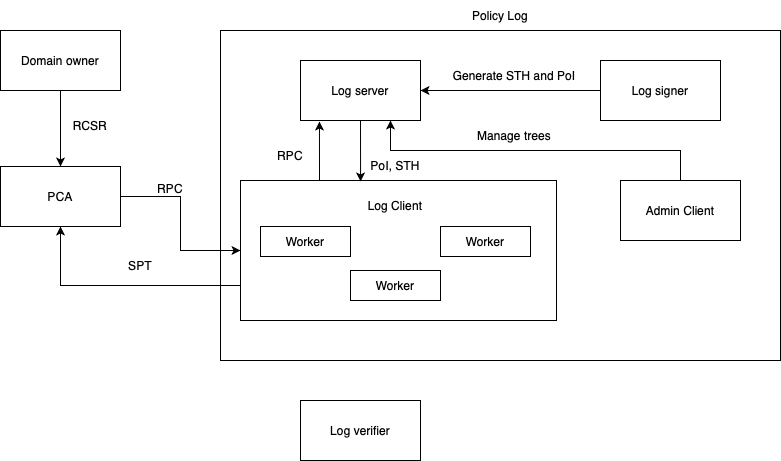
netsec-ethz/fpki keeps this draw.io diagram as doc/images/overview.png. Above is the earlier version. Source tidied: cells renumbered, new cells last; positions are measured from the earlier drawing's top-left corner, leaving out a move shared by most shapes.
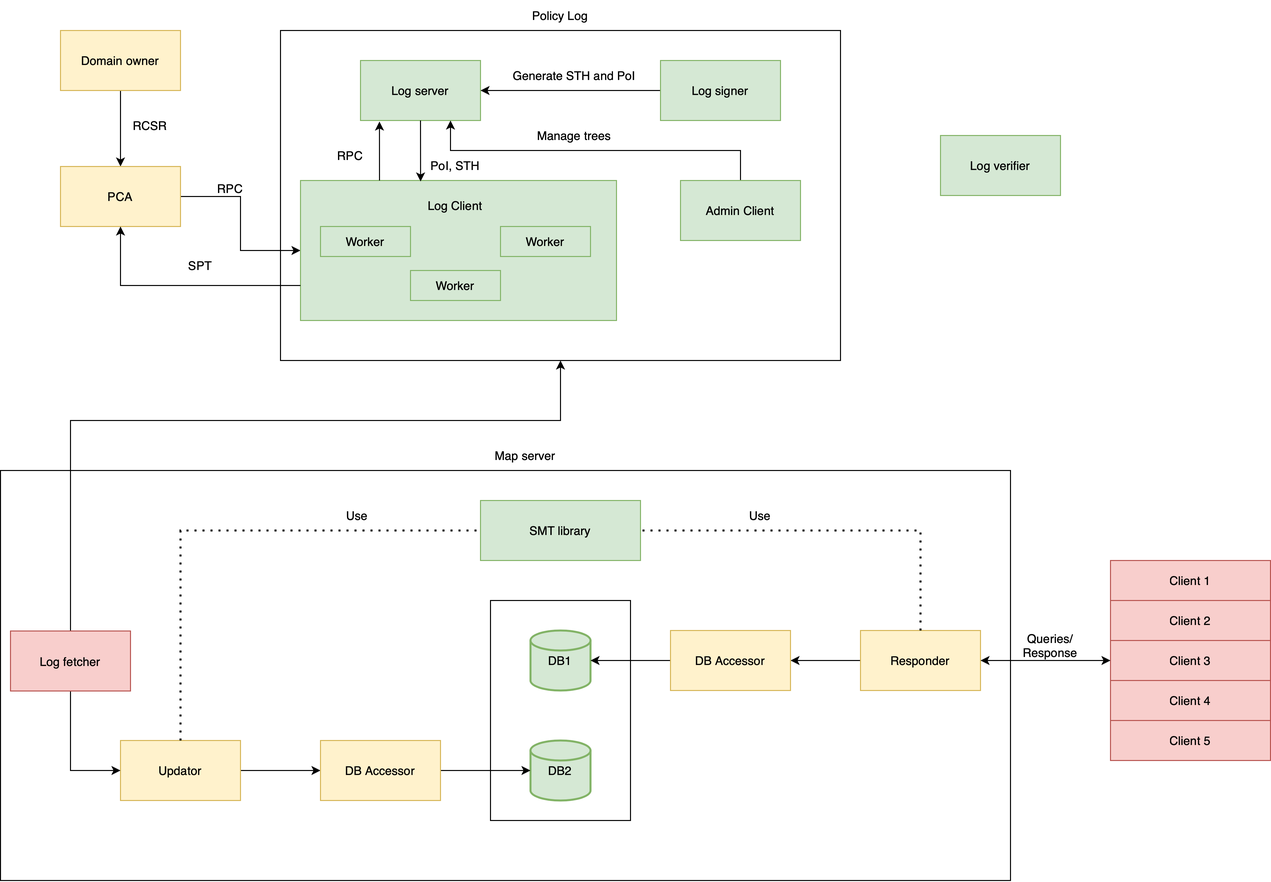
The same diagram one commit later.

Commit message:
basically done; I will refactor tomorrow

The edit, as a diff of the source:
```diff
@@ -2,36 +2,36 @@
   <root>
     <mxCell id="0" />
     <mxCell id="1" parent="0" />
-    <mxCell id="2" style="rounded=0;whiteSpace=wrap;html=1;" parent="1" vertex="1">
-      <mxGeometry x="220" y="30" width="560" height="330" as="geometry" />
-    </mxCell>
+    <mxCell id="29" style="rounded=0;whiteSpace=wrap;html=1;" parent="1" vertex="1">
+      <mxGeometry x="220" y="30" width="560" height="330" as="geometry" />
+    </mxCell>
     <mxCell id="3" style="edgeStyle=orthogonalEdgeStyle;rounded=0;jettySize=auto;html=1;entryX=0.5;entryY=0;entryDx=0;entryDy=0;" parent="1" edge="1" source="4" target="9">
       <mxGeometry relative="1" as="geometry" />
     </mxCell>
-    <mxCell id="4" value="Domain owner" style="rounded=0;whiteSpace=wrap;html=1;" parent="1" vertex="1">
+    <mxCell id="4" value="Domain owner" style="rounded=0;whiteSpace=wrap;html=1;fillColor=#fff2cc;strokeColor=#d6b656;" parent="1" vertex="1">
       <mxGeometry y="30" width="120" height="60" as="geometry" />
     </mxCell>
-    <mxCell id="5" value="Log server" style="rounded=0;whiteSpace=wrap;html=1;" parent="1" vertex="1">
+    <mxCell id="5" value="Log server" style="rounded=0;whiteSpace=wrap;html=1;fillColor=#d5e8d4;strokeColor=#82b366;" parent="1" vertex="1">
       <mxGeometry x="300" y="60" width="120" height="60" as="geometry" />
     </mxCell>
     <mxCell id="6" style="edgeStyle=orthogonalEdgeStyle;rounded=0;jettySize=auto;html=1;entryX=1;entryY=0.5;entryDx=0;entryDy=0;" parent="1" edge="1" source="7" target="5">
       <mxGeometry relative="1" as="geometry" />
     </mxCell>
-    <mxCell id="7" value="Log signer" style="rounded=0;whiteSpace=wrap;html=1;" parent="1" vertex="1">
+    <mxCell id="7" value="Log signer" style="rounded=0;whiteSpace=wrap;html=1;fillColor=#d5e8d4;strokeColor=#82b366;" parent="1" vertex="1">
       <mxGeometry x="600" y="60" width="120" height="60" as="geometry" />
     </mxCell>
-    <mxCell id="8" style="edgeStyle=orthogonalEdgeStyle;rounded=0;jettySize=auto;html=1;entryX=0;entryY=0.5;entryDx=0;entryDy=0;" parent="1" edge="1" source="9" target="11">
-      <mxGeometry relative="1" as="geometry" />
-    </mxCell>
+    <mxCell id="30" style="edgeStyle=orthogonalEdgeStyle;rounded=0;jettySize=auto;html=1;entryX=0;entryY=0.5;entryDx=0;entryDy=0;" parent="1" edge="1" source="9" target="31">
+      <mxGeometry relative="1" as="geometry" />
+    </mxCell>
-    <mxCell id="9" value="PCA" style="rounded=0;whiteSpace=wrap;html=1;" parent="1" vertex="1">
+    <mxCell id="9" value="PCA" style="rounded=0;whiteSpace=wrap;html=1;fillColor=#fff2cc;strokeColor=#d6b656;" parent="1" vertex="1">
       <mxGeometry y="166" width="120" height="60" as="geometry" />
     </mxCell>
     <mxCell id="10" value="Policy Log" style="text;html=1;strokeColor=none;fillColor=none;align=center;verticalAlign=middle;whiteSpace=wrap;rounded=0;" parent="1" vertex="1">
       <mxGeometry x="470" width="60" height="30" as="geometry" />
     </mxCell>
-    <mxCell id="11" style="rounded=0;whiteSpace=wrap;html=1;" parent="1" vertex="1">
-      <mxGeometry x="240" y="180" width="316" height="140" as="geometry" />
-    </mxCell>
+    <mxCell id="31" style="rounded=0;whiteSpace=wrap;html=1;fillColor=#d5e8d4;strokeColor=#82b366;" parent="1" vertex="1">
+      <mxGeometry x="240" y="180" width="316" height="140" as="geometry" />
+    </mxCell>
     <mxCell id="12" value="Log Client" style="text;html=1;strokeColor=none;fillColor=none;align=center;verticalAlign=middle;whiteSpace=wrap;rounded=0;" parent="1" vertex="1">
       <mxGeometry x="365" y="190" width="60" height="30" as="geometry" />
     </mxCell>
@@ -43,54 +43,172 @@
         </Array>
       </mxGeometry>
     </mxCell>
-    <mxCell id="14" value="Admin Client" style="rounded=0;whiteSpace=wrap;html=1;" parent="1" vertex="1">
+    <mxCell id="14" value="Admin Client" style="rounded=0;whiteSpace=wrap;html=1;fillColor=#d5e8d4;strokeColor=#82b366;" parent="1" vertex="1">
       <mxGeometry x="620" y="180" width="120" height="60" as="geometry" />
     </mxCell>
-    <mxCell id="15" value="Worker" style="rounded=0;whiteSpace=wrap;html=1;" parent="1" vertex="1">
-      <mxGeometry x="260" y="226" width="90" height="30" as="geometry" />
-    </mxCell>
-    <mxCell id="16" value="Worker" style="rounded=0;whiteSpace=wrap;html=1;" parent="1" vertex="1">
-      <mxGeometry x="440" y="226" width="90" height="30" as="geometry" />
-    </mxCell>
-    <mxCell id="17" value="Worker" style="rounded=0;whiteSpace=wrap;html=1;" parent="1" vertex="1">
-      <mxGeometry x="350" y="270" width="90" height="30" as="geometry" />
-    </mxCell>
+    <mxCell id="32" value="Worker" style="rounded=0;whiteSpace=wrap;html=1;fillColor=#d5e8d4;strokeColor=#82b366;" parent="1" vertex="1">
+      <mxGeometry x="260" y="226" width="90" height="30" as="geometry" />
+    </mxCell>
+    <mxCell id="33" value="Worker" style="rounded=0;whiteSpace=wrap;html=1;fillColor=#d5e8d4;strokeColor=#82b366;" parent="1" vertex="1">
+      <mxGeometry x="440" y="226" width="90" height="30" as="geometry" />
+    </mxCell>
+    <mxCell id="34" value="Worker" style="rounded=0;whiteSpace=wrap;html=1;fillColor=#d5e8d4;strokeColor=#82b366;" parent="1" vertex="1">
+      <mxGeometry x="350" y="270" width="90" height="30" as="geometry" />
+    </mxCell>
     <mxCell id="18" value="RCSR" style="text;html=1;strokeColor=none;fillColor=none;align=center;verticalAlign=middle;whiteSpace=wrap;rounded=0;" parent="1" vertex="1">
       <mxGeometry x="60" y="110" width="60" height="30" as="geometry" />
     </mxCell>
-    <mxCell id="19" value="RPC" style="text;html=1;strokeColor=none;fillColor=none;align=center;verticalAlign=middle;whiteSpace=wrap;rounded=0;" parent="1" vertex="1">
-      <mxGeometry x="140" y="173" width="60" height="30" as="geometry" />
-    </mxCell>
-    <mxCell id="20" style="endArrow=classic;html=1;rounded=0;exitX=0;exitY=0.75;exitDx=0;exitDy=0;entryX=0.5;entryY=1;entryDx=0;entryDy=0;" parent="1" edge="1" source="11" target="9">
-      <mxGeometry relative="1" as="geometry">
-        <Array as="points">
-          <mxPoint x="60" y="285" />
-        </Array>
-      </mxGeometry>
-    </mxCell>
+    <mxCell id="35" value="RPC" style="text;html=1;strokeColor=none;fillColor=none;align=center;verticalAlign=middle;whiteSpace=wrap;rounded=0;" parent="1" vertex="1">
+      <mxGeometry x="140" y="173" width="60" height="30" as="geometry" />
+    </mxCell>
+    <mxCell id="36" style="endArrow=classic;html=1;rounded=0;exitX=0;exitY=0.75;exitDx=0;exitDy=0;entryX=0.5;entryY=1;entryDx=0;entryDy=0;" parent="1" edge="1" source="31" target="9">
+      <mxGeometry relative="1" as="geometry">
+        <Array as="points">
+          <mxPoint x="60" y="285" />
+        </Array>
+      </mxGeometry>
+    </mxCell>
     <mxCell id="21" value="SPT" style="text;html=1;strokeColor=none;fillColor=none;align=center;verticalAlign=middle;whiteSpace=wrap;rounded=0;" parent="1" vertex="1">
       <mxGeometry x="110" y="250" width="60" height="30" as="geometry" />
     </mxCell>
-    <mxCell id="22" style="endArrow=classic;html=1;rounded=0;entryX=0.158;entryY=1.017;entryDx=0;entryDy=0;exitX=0.25;exitY=0;exitDx=0;exitDy=0;entryPerimeter=0;" parent="1" edge="1" source="11" target="5">
-      <mxGeometry relative="1" as="geometry" />
-    </mxCell>
+    <mxCell id="37" style="endArrow=classic;html=1;rounded=0;entryX=0.158;entryY=1.017;entryDx=0;entryDy=0;exitX=0.25;exitY=0;exitDx=0;exitDy=0;entryPerimeter=0;" parent="1" edge="1" source="31" target="5">
+      <mxGeometry relative="1" as="geometry" />
+    </mxCell>
     <mxCell id="23" value="Generate STH and PoI" style="text;html=1;strokeColor=none;fillColor=none;align=center;verticalAlign=middle;whiteSpace=wrap;rounded=0;" parent="1" vertex="1">
       <mxGeometry x="444" y="60" width="140" height="30" as="geometry" />
     </mxCell>
     <mxCell id="24" value="Manage trees" style="text;html=1;strokeColor=none;fillColor=none;align=center;verticalAlign=middle;whiteSpace=wrap;rounded=0;" parent="1" vertex="1">
       <mxGeometry x="444" y="120" width="140" height="30" as="geometry" />
     </mxCell>
-    <mxCell id="25" style="endArrow=classic;html=1;rounded=0;exitX=0.5;exitY=1;exitDx=0;exitDy=0;entryX=0.38;entryY=0.007;entryDx=0;entryDy=0;entryPerimeter=0;" parent="1" edge="1" source="5" target="11">
-      <mxGeometry relative="1" as="geometry" />
-    </mxCell>
+    <mxCell id="38" style="endArrow=classic;html=1;rounded=0;exitX=0.5;exitY=1;exitDx=0;exitDy=0;entryX=0.38;entryY=0.007;entryDx=0;entryDy=0;entryPerimeter=0;" parent="1" edge="1" source="5" target="31">
+      <mxGeometry relative="1" as="geometry" />
+    </mxCell>
     <mxCell id="26" value="PoI, STH" style="text;html=1;strokeColor=none;fillColor=none;align=center;verticalAlign=middle;whiteSpace=wrap;rounded=0;" parent="1" vertex="1">
       <mxGeometry x="365" y="150" width="60" height="30" as="geometry" />
     </mxCell>
-    <mxCell id="27" value="RPC" style="text;html=1;strokeColor=none;fillColor=none;align=center;verticalAlign=middle;whiteSpace=wrap;rounded=0;" parent="1" vertex="1">
-      <mxGeometry x="260" y="140" width="60" height="30" as="geometry" />
-    </mxCell>
+    <mxCell id="39" value="RPC" style="text;html=1;strokeColor=none;fillColor=none;align=center;verticalAlign=middle;whiteSpace=wrap;rounded=0;" parent="1" vertex="1">
+      <mxGeometry x="260" y="140" width="60" height="30" as="geometry" />
+    </mxCell>
-    <mxCell id="28" value="Log verifier" style="rounded=0;whiteSpace=wrap;html=1;" parent="1" vertex="1">
-      <mxGeometry x="300" y="400" width="120" height="60" as="geometry" />
+    <mxCell id="28" value="Log verifier" style="rounded=0;whiteSpace=wrap;html=1;fillColor=#d5e8d4;strokeColor=#82b366;" parent="1" vertex="1">
+      <mxGeometry x="880" y="135" width="120" height="60" as="geometry" />
     </mxCell>
+    <mxCell id="40" style="rounded=0;whiteSpace=wrap;html=1;" parent="1" vertex="1">
+      <mxGeometry x="-60" y="470" width="1010" height="410" as="geometry" />
+    </mxCell>
+    <mxCell id="41" style="rounded=0;whiteSpace=wrap;html=1;" parent="1" vertex="1">
+      <mxGeometry x="430" y="600" width="140" height="220" as="geometry" />
+    </mxCell>
+    <mxCell id="42" style="edgeStyle=orthogonalEdgeStyle;rounded=0;jettySize=auto;html=1;entryX=0;entryY=0.5;entryDx=0;entryDy=0;startArrow=none;exitX=1;exitY=0.5;exitDx=0;exitDy=0;" parent="1" edge="1" source="43" target="65">
+      <mxGeometry relative="1" as="geometry" />
+    </mxCell>
+    <mxCell id="43" value="Updator" style="rounded=0;whiteSpace=wrap;html=1;fillColor=#fff2cc;strokeColor=#d6b656;" parent="1" vertex="1">
+      <mxGeometry x="60" y="740" width="120" height="60" as="geometry" />
+    </mxCell>
+    <mxCell id="44" style="edgeStyle=orthogonalEdgeStyle;rounded=0;jettySize=auto;html=1;entryX=1;entryY=0.5;entryDx=0;entryDy=0;" parent="1" edge="1" source="45" target="63">
+      <mxGeometry relative="1" as="geometry" />
+    </mxCell>
+    <mxCell id="45" value="Responder" style="rounded=0;whiteSpace=wrap;html=1;fillColor=#fff2cc;strokeColor=#d6b656;" parent="1" vertex="1">
+      <mxGeometry x="800" y="630" width="120" height="60" as="geometry" />
+    </mxCell>
+    <mxCell id="46" style="shape=table;startSize=0;fillColor=#f8cecc;strokeColor=#b85450;" parent="1" vertex="1">
+      <mxGeometry x="1050" y="560" width="160" height="200" as="geometry" />
+    </mxCell>
+    <mxCell id="47" style="shape=tableRow;horizontal=0;startSize=0;swimlaneHead=0;swimlaneBody=0;top=0;left=0;bottom=0;right=0;fillColor=none;" parent="46" vertex="1">
+      <mxGeometry width="160" height="40" as="geometry" />
+    </mxCell>
+    <mxCell id="48" value="Client 1" style="shape=partialRectangle;html=1;whiteSpace=wrap;overflow=hidden;fillColor=none;top=0;left=0;bottom=0;right=0;" parent="47" vertex="1">
+      <mxGeometry width="160" height="40" as="geometry" />
+    </mxCell>
+    <mxCell id="49" style="shape=tableRow;horizontal=0;startSize=0;swimlaneHead=0;swimlaneBody=0;top=0;left=0;bottom=0;right=0;fillColor=none;" parent="46" vertex="1">
+      <mxGeometry y="40" width="160" height="40" as="geometry" />
+    </mxCell>
+    <mxCell id="50" value="Client 2" style="shape=partialRectangle;html=1;whiteSpace=wrap;overflow=hidden;fillColor=none;top=0;left=0;bottom=0;right=0;" parent="49" vertex="1">
+      <mxGeometry width="160" height="40" as="geometry" />
+    </mxCell>
+    <mxCell id="51" style="shape=tableRow;horizontal=0;startSize=0;swimlaneHead=0;swimlaneBody=0;top=0;left=0;bottom=0;right=0;fillColor=none;points=[[0,0.5],[1,0.5]];portConstraint=eastwest;" parent="46" vertex="1">
+      <mxGeometry y="80" width="160" height="40" as="geometry" />
+    </mxCell>
+    <mxCell id="52" value="Client 3" style="shape=partialRectangle;html=1;whiteSpace=wrap;overflow=hidden;fillColor=none;top=0;left=0;bottom=0;right=0;" parent="51" vertex="1">
+      <mxGeometry width="160" height="40" as="geometry" />
+    </mxCell>
+    <mxCell id="53" style="shape=tableRow;horizontal=0;startSize=0;swimlaneHead=0;swimlaneBody=0;top=0;left=0;bottom=0;right=0;fillColor=none;" parent="46" vertex="1">
+      <mxGeometry y="120" width="160" height="40" as="geometry" />
+    </mxCell>
+    <mxCell id="54" value="Client 4" style="shape=partialRectangle;html=1;whiteSpace=wrap;overflow=hidden;fillColor=none;top=0;left=0;bottom=0;right=0;" parent="53" vertex="1">
+      <mxGeometry width="160" height="40" as="geometry" />
+    </mxCell>
+    <mxCell id="55" style="shape=tableRow;horizontal=0;startSize=0;swimlaneHead=0;swimlaneBody=0;top=0;left=0;bottom=0;right=0;fillColor=none;" parent="46" vertex="1">
+      <mxGeometry y="160" width="160" height="40" as="geometry" />
+    </mxCell>
+    <mxCell id="56" value="Client 5" style="shape=partialRectangle;html=1;whiteSpace=wrap;overflow=hidden;fillColor=none;top=0;left=0;bottom=0;right=0;" parent="55" vertex="1">
+      <mxGeometry width="160" height="40" as="geometry" />
+    </mxCell>
+    <mxCell id="57" style="endArrow=classic;startArrow=classic;html=1;rounded=0;entryX=0;entryY=0.5;entryDx=0;entryDy=0;exitX=1;exitY=0.5;exitDx=0;exitDy=0;" parent="1" edge="1" source="45" target="51">
+      <mxGeometry relative="1" as="geometry" />
+    </mxCell>
+    <mxCell id="58" value="Queries/ Response" style="text;html=1;strokeColor=none;fillColor=none;align=center;verticalAlign=middle;whiteSpace=wrap;rounded=0;" parent="1" vertex="1">
+      <mxGeometry x="960" y="630" width="60" height="30" as="geometry" />
+    </mxCell>
+    <mxCell id="59" value="DB1" style="strokeWidth=2;html=1;shape=mxgraph.flowchart.database;whiteSpace=wrap;fillColor=#d5e8d4;strokeColor=#82b366;" parent="1" vertex="1">
+      <mxGeometry x="470" y="630" width="60" height="60" as="geometry" />
+    </mxCell>
+    <mxCell id="60" value="DB2" style="strokeWidth=2;html=1;shape=mxgraph.flowchart.database;whiteSpace=wrap;fillColor=#d5e8d4;strokeColor=#82b366;" parent="1" vertex="1">
+      <mxGeometry x="470" y="740" width="60" height="60" as="geometry" />
+    </mxCell>
+    <mxCell id="61" value="SMT library" style="rounded=0;whiteSpace=wrap;html=1;strokeWidth=1;fillColor=#d5e8d4;strokeColor=#82b366;" parent="1" vertex="1">
+      <mxGeometry x="420" y="500" width="160" height="60" as="geometry" />
+    </mxCell>
+    <mxCell id="62" style="edgeStyle=orthogonalEdgeStyle;rounded=0;jettySize=auto;html=1;entryX=1;entryY=0.5;entryDx=0;entryDy=0;entryPerimeter=0;" parent="1" edge="1" source="63" target="59">
+      <mxGeometry relative="1" as="geometry" />
+    </mxCell>
+    <mxCell id="63" value="DB Accessor" style="rounded=0;whiteSpace=wrap;html=1;strokeWidth=1;fillColor=#fff2cc;strokeColor=#d6b656;" parent="1" vertex="1">
+      <mxGeometry x="610" y="630" width="120" height="60" as="geometry" />
+    </mxCell>
+    <mxCell id="64" style="edgeStyle=orthogonalEdgeStyle;rounded=0;jettySize=auto;html=1;entryX=0;entryY=0.5;entryDx=0;entryDy=0;entryPerimeter=0;" parent="1" edge="1" source="65" target="60">
+      <mxGeometry relative="1" as="geometry" />
+    </mxCell>
+    <mxCell id="65" value="DB Accessor" style="rounded=0;whiteSpace=wrap;html=1;strokeWidth=1;fillColor=#fff2cc;strokeColor=#d6b656;" parent="1" vertex="1">
+      <mxGeometry x="260" y="740" width="120" height="60" as="geometry" />
+    </mxCell>
+    <mxCell id="66" style="endArrow=none;dashed=1;html=1;dashPattern=1 3;strokeWidth=2;rounded=0;entryX=0;entryY=0.5;entryDx=0;entryDy=0;exitX=0.5;exitY=0;exitDx=0;exitDy=0;" parent="1" edge="1" source="43" target="61">
+      <mxGeometry relative="1" as="geometry">
+        <Array as="points">
+          <mxPoint x="120" y="530" />
+          <mxPoint x="170" y="530" />
+          <mxPoint x="190" y="530" />
+        </Array>
+      </mxGeometry>
+    </mxCell>
+    <mxCell id="67" style="endArrow=none;dashed=1;html=1;dashPattern=1 3;strokeWidth=2;rounded=0;entryX=1;entryY=0.5;entryDx=0;entryDy=0;exitX=0.5;exitY=0;exitDx=0;exitDy=0;" parent="1" edge="1" source="45" target="61">
+      <mxGeometry relative="1" as="geometry">
+        <Array as="points">
+          <mxPoint x="860" y="530" />
+          <mxPoint x="840" y="530" />
+        </Array>
+      </mxGeometry>
+    </mxCell>
+    <mxCell id="68" value="Use" style="text;html=1;strokeColor=none;fillColor=none;align=center;verticalAlign=middle;whiteSpace=wrap;rounded=0;" parent="1" vertex="1">
+      <mxGeometry x="267" y="500" width="60" height="30" as="geometry" />
+    </mxCell>
+    <mxCell id="69" value="Use" style="text;html=1;strokeColor=none;fillColor=none;align=center;verticalAlign=middle;whiteSpace=wrap;rounded=0;" parent="1" vertex="1">
+      <mxGeometry x="670" y="500" width="60" height="30" as="geometry" />
+    </mxCell>
+    <mxCell id="70" style="edgeStyle=orthogonalEdgeStyle;rounded=0;jettySize=auto;html=1;entryX=0;entryY=0.5;entryDx=0;entryDy=0;fontFamily=Helvetica;fontSize=12;" parent="1" edge="1" source="72" target="43">
+      <mxGeometry relative="1" as="geometry" />
+    </mxCell>
+    <mxCell id="71" style="edgeStyle=orthogonalEdgeStyle;rounded=0;jettySize=auto;html=1;entryX=0.5;entryY=1;entryDx=0;entryDy=0;" parent="1" edge="1" source="72" target="29">
+      <mxGeometry relative="1" as="geometry">
+        <Array as="points">
+          <mxPoint x="10" y="420" />
+          <mxPoint x="500" y="420" />
+        </Array>
+      </mxGeometry>
+    </mxCell>
+    <mxCell id="72" value="Log fetcher" style="rounded=0;whiteSpace=wrap;html=1;fillColor=#f8cecc;strokeColor=#b85450;" parent="1" vertex="1">
+      <mxGeometry x="-50" y="630.5" width="120" height="60" as="geometry" />
+    </mxCell>
+    <mxCell id="73" value="Map server" style="text;html=1;strokeColor=none;fillColor=none;align=center;verticalAlign=middle;whiteSpace=wrap;rounded=0;" parent="1" vertex="1">
+      <mxGeometry x="390" y="440" width="150" height="30" as="geometry" />
+    </mxCell>
   </root>
 </mxGraphModel>
```
